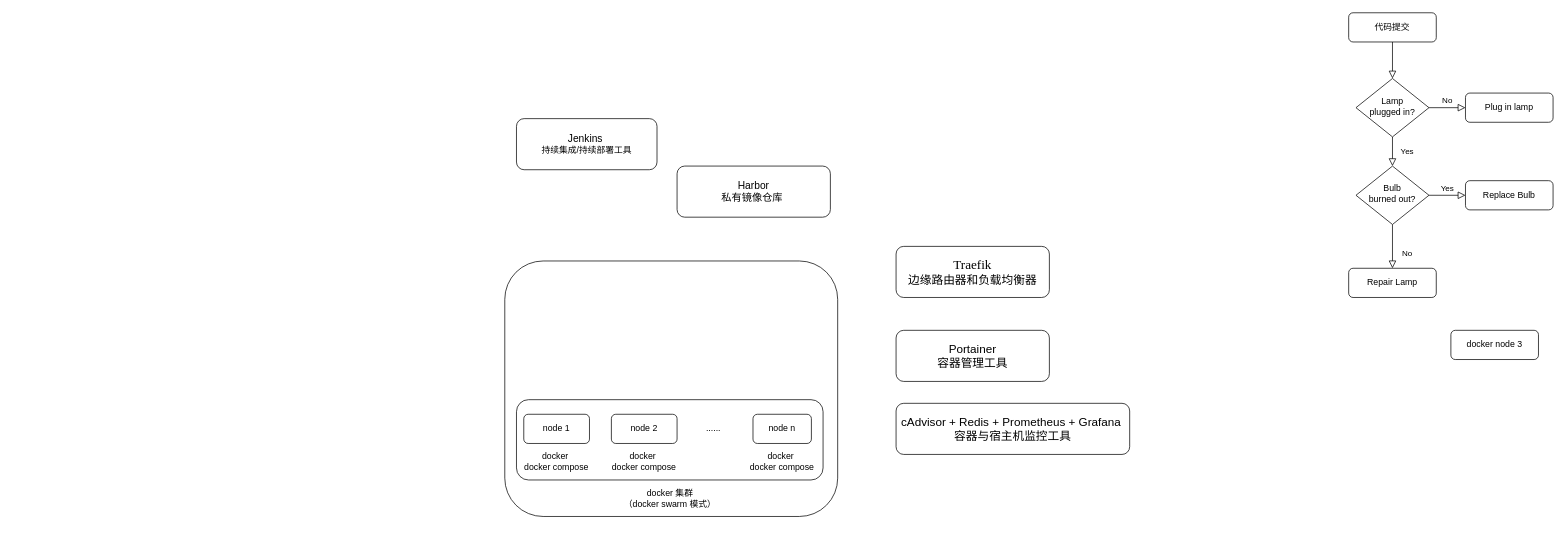
Earlier version of the draw.io diagram docker-swarm-cicd-method.drawio (oasisnoehub/DevOps). Source tidied: cells renumbered, new cells numbered last; positions are measured from the earlier drawing's top-left corner, leaving out a move shared by most shapes. Both pictures are drawn from the tidied source at 73%, with x=0, y=0 at pixel (504, 12).
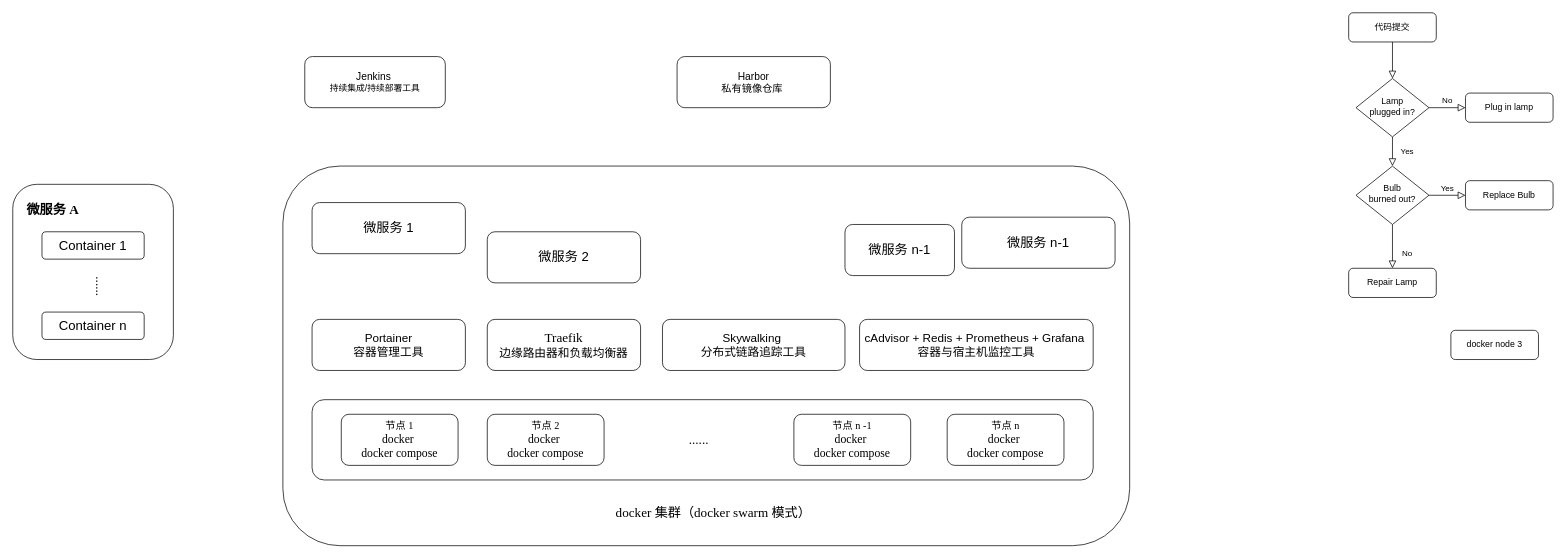
Above is the later version.

Diff of the diagram source:
```diff
@@
     <mxCell id="2" style="rounded=1;whiteSpace=wrap;html=1;fontSize=12;glass=0;strokeWidth=1;shadow=0;" parent="1" vertex="1">
-      <mxGeometry y="340" width="456" height="350" as="geometry" />
+      <mxGeometry x="-304" y="210" width="1160" height="520" as="geometry" />
     </mxCell>
     <mxCell id="3" style="rounded=1;whiteSpace=wrap;html=1;fontSize=12;glass=0;strokeWidth=1;shadow=0;" parent="1" vertex="1">
-      <mxGeometry x="16" y="530" width="420" height="110" as="geometry" />
+      <mxGeometry x="-264" y="530" width="1070" height="110" as="geometry" />
     </mxCell>
@@
     <mxCell id="15" value="&lt;font style=&quot;font-size: 14px;&quot;&gt;Jenkins&amp;nbsp;&lt;/font&gt;&lt;div&gt;持续集成/持续部署工具&lt;/div&gt;" style="rounded=1;whiteSpace=wrap;html=1;fontSize=12;glass=0;strokeWidth=1;shadow=0;" parent="1" vertex="1">
-      <mxGeometry x="16" y="145" width="192.5" height="70" as="geometry" />
+      <mxGeometry x="-274" y="60" width="192.5" height="70" as="geometry" />
     </mxCell>
-    <mxCell id="16" value="node 1" style="rounded=1;whiteSpace=wrap;html=1;fontSize=12;glass=0;strokeWidth=1;shadow=0;" parent="1" vertex="1">
-      <mxGeometry x="26" y="550" width="90" height="40" as="geometry" />
+    <mxCell id="16" value="&lt;font style=&quot;font-size: 14px;&quot; face=&quot;Times New Roman&quot;&gt;节点 1&lt;/font&gt;&lt;div&gt;&lt;font size=&quot;3&quot; style=&quot;&quot; face=&quot;Times New Roman&quot;&gt;docker&amp;nbsp;&lt;/font&gt;&lt;/div&gt;&lt;div&gt;&lt;font size=&quot;3&quot; style=&quot;&quot; face=&quot;Times New Roman&quot;&gt;docker compose&lt;/font&gt;&lt;/div&gt;" style="rounded=1;whiteSpace=wrap;html=1;fontSize=12;glass=0;strokeWidth=1;shadow=0;" parent="1" vertex="1">
+      <mxGeometry x="-224" y="550" width="160" height="70" as="geometry" />
     </mxCell>
-    <mxCell id="17" value="node 2" style="rounded=1;whiteSpace=wrap;html=1;fontSize=12;glass=0;strokeWidth=1;shadow=0;" parent="1" vertex="1">
-      <mxGeometry x="146" y="550" width="90" height="40" as="geometry" />
-    </mxCell>
@@
-    <mxCell id="19" value="node n" style="rounded=1;whiteSpace=wrap;html=1;fontSize=12;glass=0;strokeWidth=1;shadow=0;" parent="1" vertex="1">
-      <mxGeometry x="340" y="550" width="80" height="40" as="geometry" />
-    </mxCell>
-    <mxCell id="20" value="docker 集群&lt;br&gt;（docker swarm 模式）" style="text;html=1;align=center;verticalAlign=middle;whiteSpace=wrap;rounded=0;" parent="1" vertex="1">
-      <mxGeometry x="148.5" y="650" width="155" height="30" as="geometry" />
+    <mxCell id="20" value="&lt;font style=&quot;font-size: 18px;&quot; face=&quot;Times New Roman&quot;&gt;docker 集群（docker swarm 模式）&lt;/font&gt;" style="text;html=1;align=center;verticalAlign=middle;whiteSpace=wrap;rounded=0;" parent="1" vertex="1">
+      <mxGeometry x="26" y="650" width="520" height="70" as="geometry" />
     </mxCell>
-    <mxCell id="21" value="......" style="text;html=1;align=center;verticalAlign=middle;whiteSpace=wrap;rounded=0;" parent="1" vertex="1">
-      <mxGeometry x="246" y="555" width="80" height="30" as="geometry" />
+    <mxCell id="21" value="&lt;font style=&quot;font-size: 18px;&quot; face=&quot;Times New Roman&quot;&gt;......&lt;/font&gt;" style="text;html=1;align=center;verticalAlign=middle;whiteSpace=wrap;rounded=0;" parent="1" vertex="1">
+      <mxGeometry x="226" y="570" width="80" height="30" as="geometry" />
     </mxCell>
-    <mxCell id="22" value="docker&amp;nbsp;&lt;div&gt;docker compose&lt;/div&gt;" style="text;html=1;align=center;verticalAlign=middle;whiteSpace=wrap;rounded=0;" parent="1" vertex="1">
-      <mxGeometry x="21" y="600" width="100" height="30" as="geometry" />
-    </mxCell>
-    <mxCell id="23" value="docker&amp;nbsp;&lt;div&gt;docker compose&lt;/div&gt;" style="text;html=1;align=center;verticalAlign=middle;whiteSpace=wrap;rounded=0;" parent="1" vertex="1">
-      <mxGeometry x="141" y="600" width="100" height="30" as="geometry" />
-    </mxCell>
-    <mxCell id="24" value="docker&amp;nbsp;&lt;div&gt;docker compose&lt;/div&gt;" style="text;html=1;align=center;verticalAlign=middle;whiteSpace=wrap;rounded=0;" parent="1" vertex="1">
-      <mxGeometry x="330" y="600" width="100" height="30" as="geometry" />
-    </mxCell>
     <mxCell id="25" value="&lt;font style=&quot;font-size: 14px;&quot;&gt;Harbor&lt;/font&gt;&lt;div&gt;&lt;font style=&quot;font-size: 14px;&quot;&gt;私有镜像仓库&amp;nbsp;&lt;/font&gt;&lt;/div&gt;" style="rounded=1;whiteSpace=wrap;html=1;fontSize=12;glass=0;strokeWidth=1;shadow=0;" parent="1" vertex="1">
-      <mxGeometry x="236" y="210" width="210" height="70" as="geometry" />
+      <mxGeometry x="236" y="60" width="210" height="70" as="geometry" />
     </mxCell>
     <mxCell id="26" value="&lt;font style=&quot;font-size: 18px;&quot; face=&quot;Times New Roman&quot;&gt;Traefik&lt;/font&gt;&lt;div&gt;&lt;p style=&quot;margin: 0pt 0pt 0.0001pt; text-align: justify; font-size: 10.5pt;&quot; class=&quot;MsoNormal&quot;&gt;&lt;span style=&quot;font-size: 12pt;&quot;&gt;&lt;font face=&quot;yobFlRzFiSTVJPav9Yy1&quot;&gt;边缘路由器和负载均衡器&lt;/font&gt;&lt;/span&gt;&lt;/p&gt;&lt;/div&gt;" style="rounded=1;whiteSpace=wrap;html=1;fontSize=12;glass=0;strokeWidth=1;shadow=0;" parent="1" vertex="1">
-      <mxGeometry x="536" y="320" width="210" height="70" as="geometry" />
+      <mxGeometry x="-24" y="420" width="210" height="70" as="geometry" />
     </mxCell>
     <mxCell id="27" value="&lt;p style=&quot;margin: 0pt 0pt 0.0001pt; font-family: &amp;quot;Times New Roman&amp;quot;; font-size: 10.5pt;&quot; class=&quot;MsoNormal&quot;&gt;&lt;span style=&quot;font-family: 仿宋_GB2312; font-size: 12pt;&quot;&gt;&lt;font face=&quot;Times New Roman Regular&quot;&gt;Portainer&lt;/font&gt;&lt;/span&gt;&lt;/p&gt;&lt;div&gt;&lt;p style=&quot;margin: 0pt 0pt 0.0001pt; text-align: justify;&quot; class=&quot;MsoNormal&quot;&gt;&lt;font face=&quot;yobFlRzFiSTVJPav9Yy1&quot;&gt;&lt;span style=&quot;font-size: 16px;&quot;&gt;容器管理工具&lt;/span&gt;&lt;/font&gt;&lt;/p&gt;&lt;/div&gt;" style="rounded=1;whiteSpace=wrap;html=1;fontSize=12;glass=0;strokeWidth=1;shadow=0;" parent="1" vertex="1">
-      <mxGeometry x="536" y="435" width="210" height="70" as="geometry" />
+      <mxGeometry x="-264" y="420" width="210" height="70" as="geometry" />
     </mxCell>
     <mxCell id="28" value="&lt;p style=&quot;margin: 0pt 0pt 0.0001pt; font-family: &amp;quot;Times New Roman&amp;quot;; font-size: 10.5pt;&quot; class=&quot;MsoNormal&quot;&gt;&lt;span style=&quot;font-family: 仿宋_GB2312; font-size: 12pt;&quot;&gt;&lt;font face=&quot;Times New Roman Regular&quot;&gt;c&lt;/font&gt;&lt;/span&gt;&lt;span style=&quot;font-family: &amp;quot;Times New Roman Regular&amp;quot;; font-size: 12pt;&quot;&gt;A&lt;/span&gt;&lt;span style=&quot;font-family: 仿宋_GB2312; font-size: 12pt;&quot;&gt;&lt;font face=&quot;Times New Roman Regular&quot;&gt;dvisor + Redis + Prometheus + Grafana&amp;nbsp;&lt;/font&gt;&lt;/span&gt;&lt;/p&gt;&lt;div&gt;&lt;p style=&quot;margin: 0pt 0pt 0.0001pt;&quot; class=&quot;MsoNormal&quot;&gt;&lt;font face=&quot;yobFlRzFiSTVJPav9Yy1&quot;&gt;&lt;span style=&quot;font-size: 16px;&quot;&gt;容器与宿主机监控工具&lt;/span&gt;&lt;/font&gt;&lt;/p&gt;&lt;/div&gt;" style="rounded=1;whiteSpace=wrap;html=1;fontSize=12;glass=0;strokeWidth=1;shadow=0;align=center;" parent="1" vertex="1">
-      <mxGeometry x="536" y="535" width="320" height="70" as="geometry" />
+      <mxGeometry x="486" y="420" width="320" height="70" as="geometry" />
     </mxCell>
+    <mxCell id="29" value="&lt;p style=&quot;margin: 0pt 0pt 0.0001pt; font-family: &amp;quot;Times New Roman&amp;quot;; font-size: 10.5pt;&quot; class=&quot;MsoNormal&quot;&gt;&lt;span style=&quot;font-family: 仿宋_GB2312; font-size: 12pt;&quot;&gt;&lt;font face=&quot;Times New Roman Regular&quot;&gt;Skywalking&amp;nbsp;&lt;/font&gt;&lt;/span&gt;&lt;/p&gt;&lt;div&gt;&lt;p style=&quot;margin: 0pt 0pt 0.0001pt;&quot; class=&quot;MsoNormal&quot;&gt;&lt;font face=&quot;yobFlRzFiSTVJPav9Yy1&quot;&gt;&lt;span style=&quot;font-size: 16px;&quot;&gt;分布式链路追踪工具&lt;/span&gt;&lt;/font&gt;&lt;/p&gt;&lt;/div&gt;" style="rounded=1;whiteSpace=wrap;html=1;fontSize=12;glass=0;strokeWidth=1;shadow=0;align=center;" parent="1" vertex="1">
+      <mxGeometry x="216" y="420" width="250" height="70" as="geometry" />
+    </mxCell>
+    <mxCell id="30" value="&lt;font style=&quot;font-size: 14px;&quot; face=&quot;Times New Roman&quot;&gt;节点 2&lt;/font&gt;&lt;div&gt;&lt;font size=&quot;3&quot; style=&quot;&quot; face=&quot;Times New Roman&quot;&gt;docker&amp;nbsp;&lt;/font&gt;&lt;/div&gt;&lt;div&gt;&lt;font size=&quot;3&quot; style=&quot;&quot; face=&quot;Times New Roman&quot;&gt;docker compose&lt;/font&gt;&lt;/div&gt;" style="rounded=1;whiteSpace=wrap;html=1;fontSize=12;glass=0;strokeWidth=1;shadow=0;" parent="1" vertex="1">
+      <mxGeometry x="-24" y="550" width="160" height="70" as="geometry" />
+    </mxCell>
+    <mxCell id="31" value="&lt;font style=&quot;font-size: 14px;&quot; face=&quot;Times New Roman&quot;&gt;节点 n&lt;/font&gt;&lt;div&gt;&lt;font size=&quot;3&quot; style=&quot;&quot; face=&quot;Times New Roman&quot;&gt;docker&amp;nbsp;&lt;/font&gt;&lt;/div&gt;&lt;div&gt;&lt;font size=&quot;3&quot; style=&quot;&quot; face=&quot;Times New Roman&quot;&gt;docker compose&lt;/font&gt;&lt;/div&gt;" style="rounded=1;whiteSpace=wrap;html=1;fontSize=12;glass=0;strokeWidth=1;shadow=0;" parent="1" vertex="1">
+      <mxGeometry x="606" y="550" width="160" height="70" as="geometry" />
+    </mxCell>
+    <mxCell id="32" value="&lt;font style=&quot;font-size: 14px;&quot; face=&quot;Times New Roman&quot;&gt;节点 n -1&lt;/font&gt;&lt;div&gt;&lt;font size=&quot;3&quot; style=&quot;&quot; face=&quot;Times New Roman&quot;&gt;docker&amp;nbsp;&lt;/font&gt;&lt;/div&gt;&lt;div&gt;&lt;font size=&quot;3&quot; style=&quot;&quot; face=&quot;Times New Roman&quot;&gt;docker compose&lt;/font&gt;&lt;/div&gt;" style="rounded=1;whiteSpace=wrap;html=1;fontSize=12;glass=0;strokeWidth=1;shadow=0;" parent="1" vertex="1">
+      <mxGeometry x="396" y="550" width="160" height="70" as="geometry" />
+    </mxCell>
+    <mxCell id="33" value="&lt;p style=&quot;margin: 0pt 0pt 0.0001pt;&quot; class=&quot;MsoNormal&quot;&gt;&lt;font face=&quot;Times New Roman Regular&quot;&gt;&lt;span style=&quot;font-size: 18px;&quot;&gt;微服务 1&lt;/span&gt;&lt;/font&gt;&lt;/p&gt;" style="rounded=1;whiteSpace=wrap;html=1;fontSize=12;glass=0;strokeWidth=1;shadow=0;" parent="1" vertex="1">
+      <mxGeometry x="-264" y="260" width="210" height="70" as="geometry" />
+    </mxCell>
+    <mxCell id="34" value="&lt;p style=&quot;margin: 0pt 0pt 0.0001pt;&quot; class=&quot;MsoNormal&quot;&gt;&lt;font face=&quot;Times New Roman Regular&quot;&gt;&lt;span style=&quot;font-size: 18px;&quot;&gt;微服务 2&lt;/span&gt;&lt;/font&gt;&lt;/p&gt;" style="rounded=1;whiteSpace=wrap;html=1;fontSize=12;glass=0;strokeWidth=1;shadow=0;" parent="1" vertex="1">
+      <mxGeometry x="-24" y="300" width="210" height="70" as="geometry" />
+    </mxCell>
+    <mxCell id="35" value="&lt;p style=&quot;margin: 0pt 0pt 0.0001pt;&quot; class=&quot;MsoNormal&quot;&gt;&lt;font face=&quot;Times New Roman Regular&quot;&gt;&lt;span style=&quot;font-size: 18px;&quot;&gt;微服务 n-1&lt;/span&gt;&lt;/font&gt;&lt;/p&gt;" style="rounded=1;whiteSpace=wrap;html=1;fontSize=12;glass=0;strokeWidth=1;shadow=0;" parent="1" vertex="1">
+      <mxGeometry x="466" y="290" width="150" height="70" as="geometry" />
+    </mxCell>
+    <mxCell id="36" value="&lt;p style=&quot;margin: 0pt 0pt 0.0001pt;&quot; class=&quot;MsoNormal&quot;&gt;&lt;font face=&quot;Times New Roman Regular&quot;&gt;&lt;span style=&quot;font-size: 18px;&quot;&gt;微服务 n-1&lt;/span&gt;&lt;/font&gt;&lt;/p&gt;" style="rounded=1;whiteSpace=wrap;html=1;fontSize=12;glass=0;strokeWidth=1;shadow=0;" parent="1" vertex="1">
+      <mxGeometry x="626" y="280" width="210" height="70" as="geometry" />
+    </mxCell>
+    <mxCell id="37" value="&lt;p style=&quot;margin: 0pt 0pt 0.0001pt;&quot; class=&quot;MsoNormal&quot;&gt;&lt;br&gt;&lt;/p&gt;" style="rounded=1;whiteSpace=wrap;html=1;fontSize=12;glass=0;strokeWidth=1;shadow=0;" parent="1" vertex="1">
+      <mxGeometry x="-674" y="235" width="220" height="240" as="geometry" />
+    </mxCell>
+    <mxCell id="38" value="&lt;p style=&quot;margin: 0pt 0pt 0.0001pt;&quot; class=&quot;MsoNormal&quot;&gt;&lt;font face=&quot;Times New Roman Regular&quot;&gt;&lt;span style=&quot;font-size: 18px;&quot;&gt;Container 1&lt;/span&gt;&lt;/font&gt;&lt;/p&gt;" style="rounded=1;whiteSpace=wrap;html=1;fontSize=12;glass=0;strokeWidth=1;shadow=0;" parent="1" vertex="1">
+      <mxGeometry x="-634" y="300" width="140" height="37.5" as="geometry" />
+    </mxCell>
+    <mxCell id="39" value="&lt;font face=&quot;Times New Roman&quot;&gt;&lt;span style=&quot;font-size: 18px;&quot;&gt;微服务 A&lt;/span&gt;&lt;/font&gt;" style="text;html=1;align=center;verticalAlign=middle;whiteSpace=wrap;rounded=0;fontStyle=1;" parent="1" vertex="1">
+      <mxGeometry x="-664" y="250" width="90" height="40" as="geometry" />
+    </mxCell>
+    <mxCell id="40" value="&lt;p style=&quot;margin: 0pt 0pt 0.0001pt;&quot; class=&quot;MsoNormal&quot;&gt;&lt;font face=&quot;Times New Roman Regular&quot;&gt;&lt;span style=&quot;font-size: 18px;&quot;&gt;Container n&lt;/span&gt;&lt;/font&gt;&lt;/p&gt;" style="rounded=1;whiteSpace=wrap;html=1;fontSize=12;glass=0;strokeWidth=1;shadow=0;" parent="1" vertex="1">
+      <mxGeometry x="-634" y="410" width="140" height="37.5" as="geometry" />
+    </mxCell>
+    <mxCell id="41" value="&lt;font style=&quot;font-size: 18px;&quot; face=&quot;Times New Roman&quot;&gt;......&lt;/font&gt;" style="text;html=1;align=center;verticalAlign=middle;whiteSpace=wrap;rounded=0;rotation=90;" parent="1" vertex="1">
+      <mxGeometry x="-594" y="360" width="80" height="30" as="geometry" />
+    </mxCell>
```
